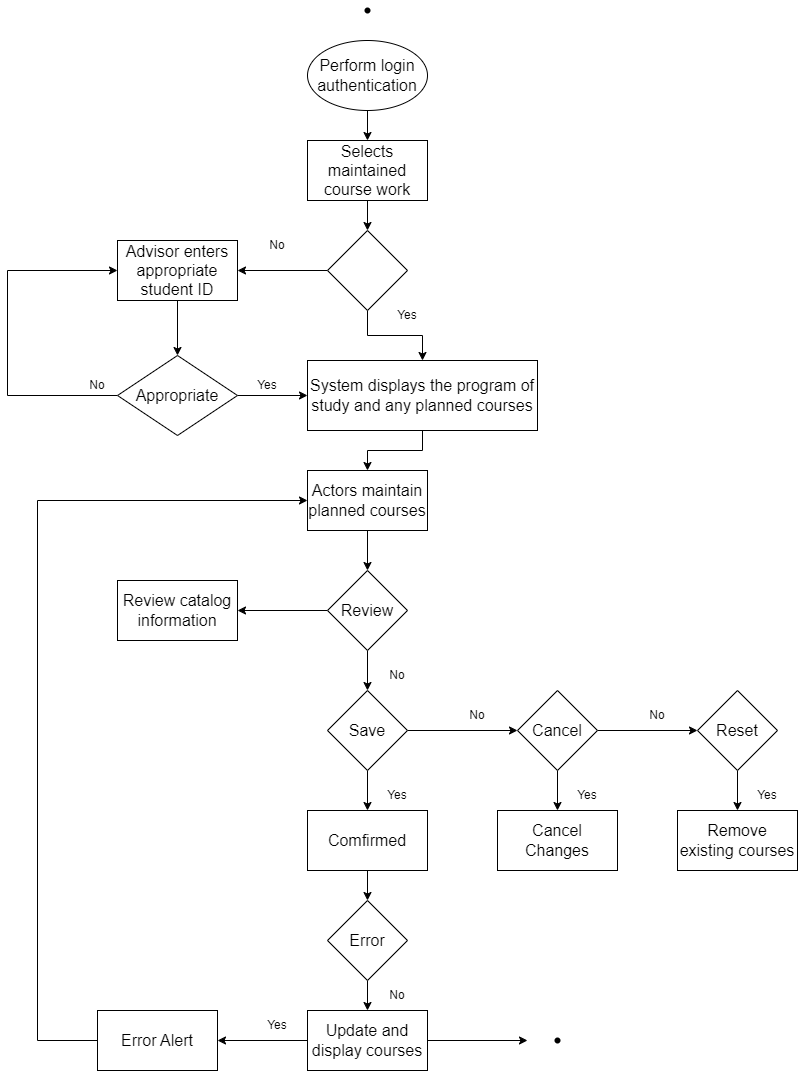
datnham0212/learning keeps this draw.io diagram as Chương 1.png. Above is the earlier version. Source tidied: cells renumbered, new cells last; positions are measured from the earlier drawing's top-left corner, leaving out a move shared by most shapes.
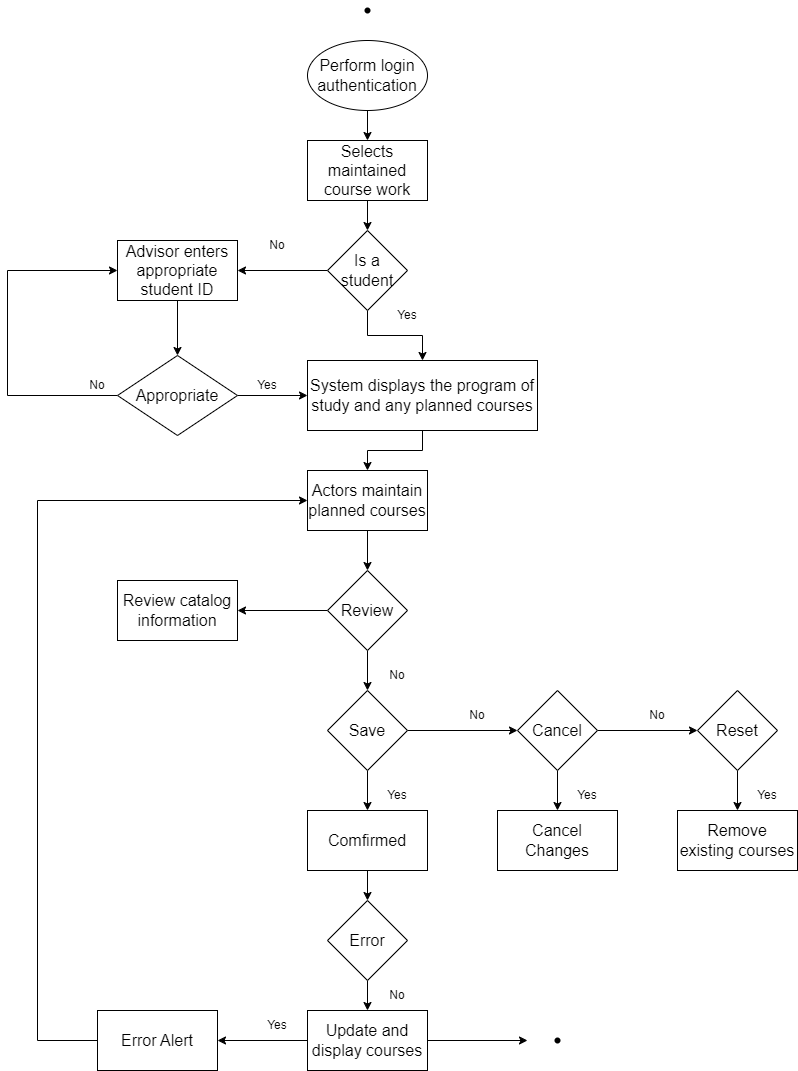
After the change.

Diff of the diagram source:
```diff
@@ -23,7 +23,7 @@
     <mxCell id="8" style="edgeStyle=orthogonalEdgeStyle;rounded=0;jettySize=auto;html=1;entryX=0.5;entryY=0;entryDx=0;entryDy=0;" parent="1" edge="1" source="9" target="16">
       <mxGeometry relative="1" as="geometry" />
     </mxCell>
-    <mxCell id="9" style="rhombus;whiteSpace=wrap;html=1;fontSize=16;" parent="1" vertex="1">
+    <mxCell id="9" value="Is a student" style="rhombus;whiteSpace=wrap;html=1;fontSize=16;" parent="1" vertex="1">
       <mxGeometry x="320" y="230" width="80" height="80" as="geometry" />
     </mxCell>
     <mxCell id="10" style="edgeStyle=orthogonalEdgeStyle;rounded=0;jettySize=auto;html=1;entryX=0.5;entryY=0;entryDx=0;entryDy=0;" parent="1" edge="1" source="11" target="14">
```
